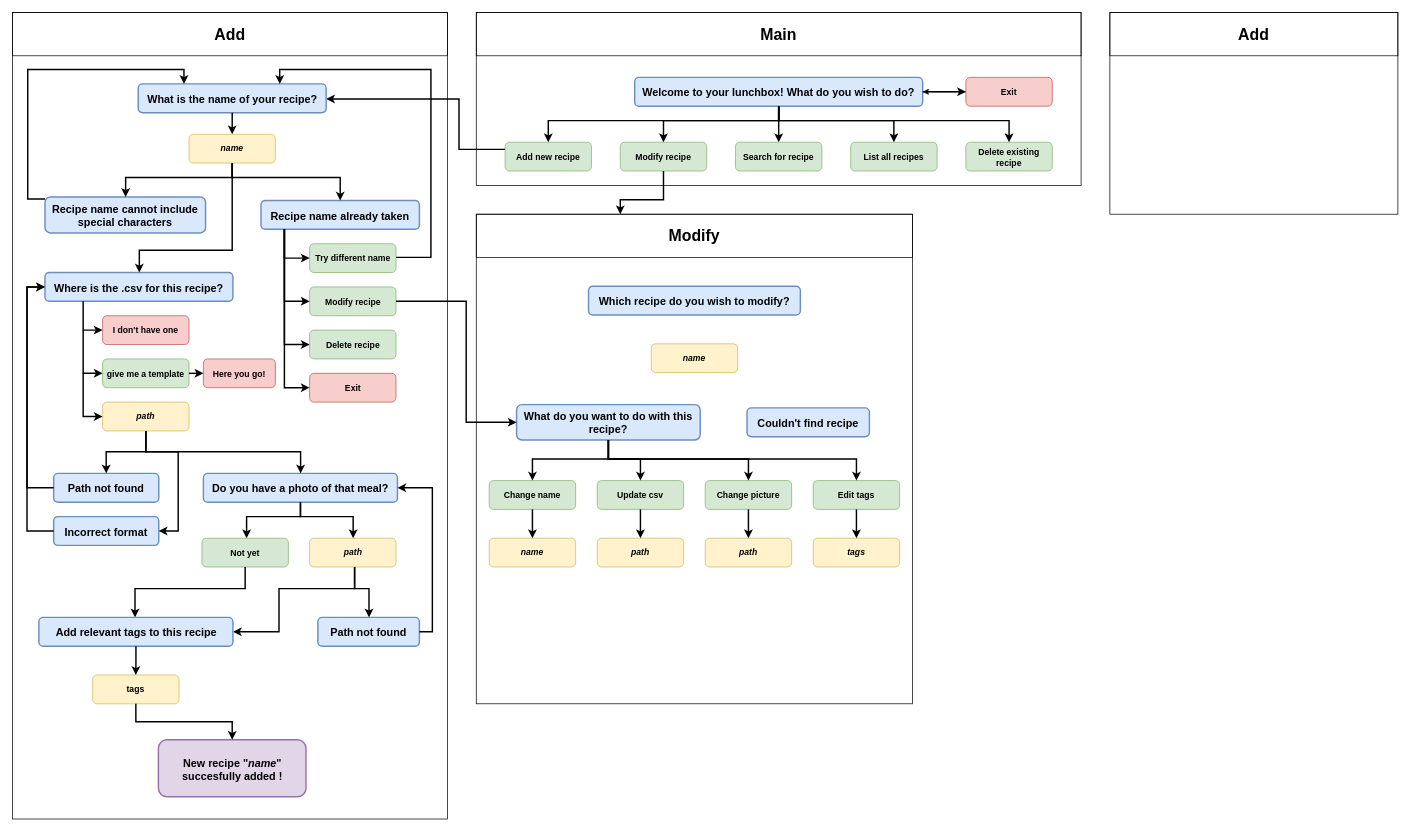
Earlier version of the draw.io diagram Untitled Diagram.drawio (ixilminiussi/lunchbox). Source tidied: cells renumbered, new cells numbered last; positions are measured from the earlier drawing's top-left corner, leaving out a move shared by most shapes. Both pictures are drawn from the tidied source at 72%, with x=0, y=0 at pixel (12, 12).
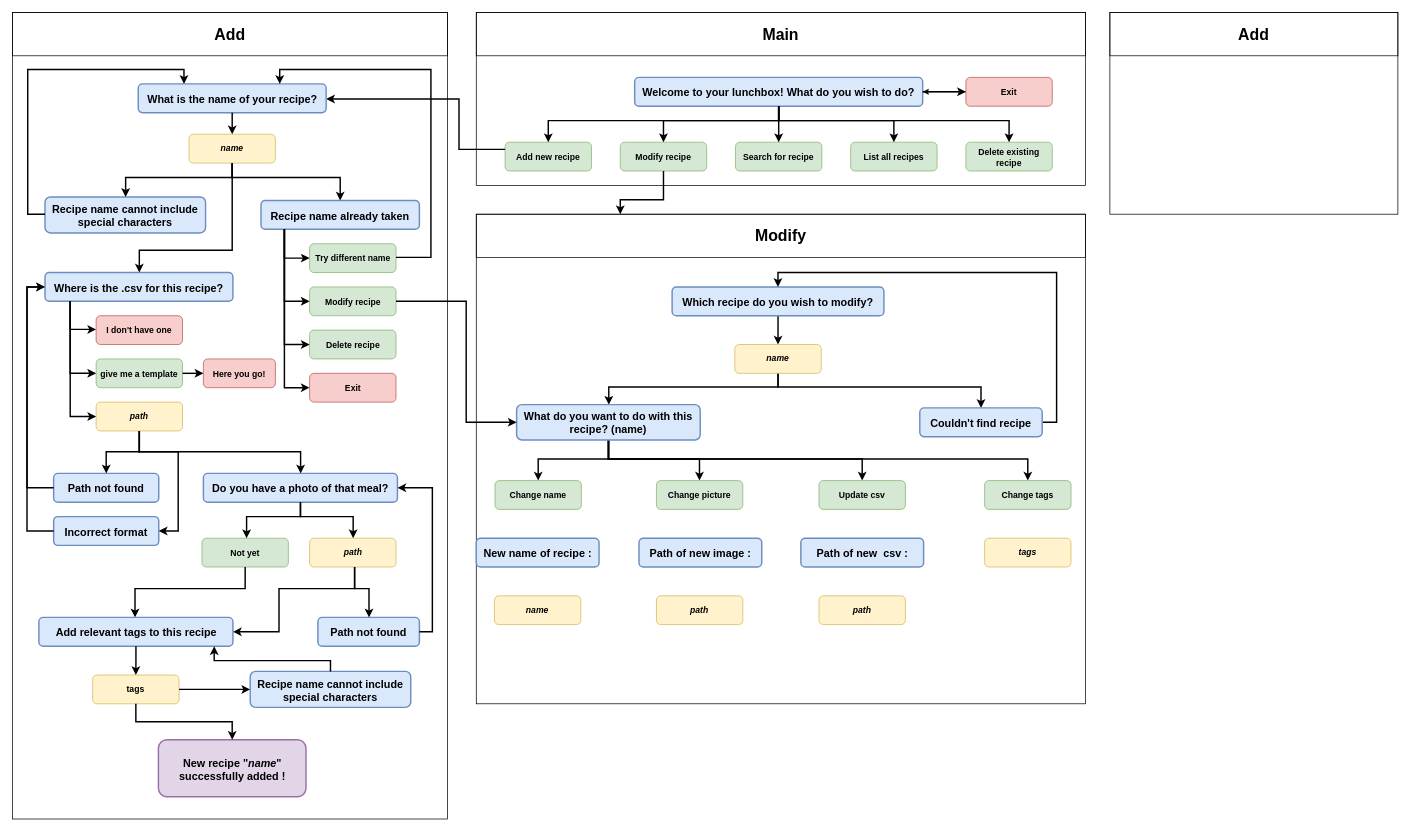
After the change.

The change refers to these unchanged cells:
```xml
<mxCell id="26" value="What is the name of your recipe?" style="text;html=1;align=center;verticalAlign=middle;whiteSpace=wrap;rounded=1;fontStyle=1;fontSize=15;strokeColor=#6c8ebf;strokeWidth=2;fillColor=#dae8fc;spacingTop=2;" parent="1" vertex="1">
  <mxGeometry x="174.5" y="99" width="261" height="40" as="geometry" />
</mxCell>
<mxCell id="27" value="Recipe name cannot include special characters" style="text;html=1;align=center;verticalAlign=middle;whiteSpace=wrap;rounded=1;fontStyle=1;fontSize=15;strokeColor=#6c8ebf;strokeWidth=2;fillColor=#dae8fc;spacingTop=2;" parent="1" vertex="1">
  <mxGeometry x="45" y="256" width="223" height="50" as="geometry" />
</mxCell>
<mxCell id="41" value="Where is the .csv for this recipe?" style="text;html=1;align=center;verticalAlign=middle;whiteSpace=wrap;rounded=1;fontStyle=1;fontSize=15;strokeColor=#6c8ebf;strokeWidth=2;fillColor=#dae8fc;spacingTop=2;" parent="1" vertex="1">
  <mxGeometry x="45" y="361" width="261" height="40" as="geometry" />
</mxCell>
<mxCell id="50" value="Path not found" style="text;html=1;align=center;verticalAlign=middle;whiteSpace=wrap;rounded=1;fontStyle=1;fontSize=15;strokeColor=#6c8ebf;strokeWidth=2;fillColor=#dae8fc;spacingTop=2;" parent="1" vertex="1">
  <mxGeometry x="57" y="640" width="146" height="40" as="geometry" />
</mxCell>
<mxCell id="55" value="Do you have a photo of that meal?" style="text;html=1;align=center;verticalAlign=middle;whiteSpace=wrap;rounded=1;fontStyle=1;fontSize=15;strokeColor=#6c8ebf;strokeWidth=2;fillColor=#dae8fc;spacingTop=2;" parent="1" vertex="1">
  <mxGeometry x="265" y="640" width="269.5" height="40" as="geometry" />
</mxCell>
<mxCell id="76" value="&lt;div&gt;Add relevant tags to this recipe&lt;/div&gt;" style="text;html=1;align=center;verticalAlign=middle;whiteSpace=wrap;rounded=1;fontStyle=1;fontSize=15;strokeColor=#6c8ebf;strokeWidth=2;fillColor=#dae8fc;spacingTop=2;" parent="1" vertex="1">
  <mxGeometry x="36.5" y="840" width="269.5" height="40" as="geometry" />
</mxCell>
<mxCell id="77" value="&lt;div&gt;tags&lt;/div&gt;" style="text;html=1;align=center;verticalAlign=middle;whiteSpace=wrap;rounded=1;fillColor=#fff2cc;strokeColor=#d6b656;spacingTop=0;fontStyle=1;" parent="1" vertex="1">
  <mxGeometry x="111.2" y="920" width="120" height="40" as="geometry" />
</mxCell>
<mxCell id="85" value="Incorrect format" style="text;html=1;align=center;verticalAlign=middle;whiteSpace=wrap;rounded=1;fontStyle=1;fontSize=15;strokeColor=#6c8ebf;strokeWidth=2;fillColor=#dae8fc;spacingTop=2;" parent="1" vertex="1">
  <mxGeometry x="57" y="700" width="146" height="40" as="geometry" />
</mxCell>
```

Diff of the diagram source:
```diff
@@
     <mxCell id="2" style="rounded=0;whiteSpace=wrap;html=1;" parent="1" vertex="1">
-      <mxGeometry x="644" width="840" height="240" as="geometry" />
+      <mxGeometry x="644" width="846" height="240" as="geometry" />
     </mxCell>
@@
     <mxCell id="17" value="&lt;b style=&quot;font-size: 22px;&quot;&gt;Main&lt;/b&gt;" style="text;html=1;align=center;verticalAlign=middle;whiteSpace=wrap;rounded=0;strokeColor=default;fontSize=22;spacingTop=2;" parent="1" vertex="1">
-      <mxGeometry x="644" width="840" height="60" as="geometry" />
+      <mxGeometry x="644" width="846" height="60" as="geometry" />
     </mxCell>
@@
     <mxCell id="21" style="rounded=0;whiteSpace=wrap;html=1;" parent="1" vertex="1">
-      <mxGeometry x="644" y="280" width="606" height="680" as="geometry" />
+      <mxGeometry x="644" y="280" width="846" height="680" as="geometry" />
     </mxCell>
     <mxCell id="22" value="Modify" style="text;html=1;align=center;verticalAlign=middle;whiteSpace=wrap;rounded=0;fontSize=22;fontStyle=1;strokeColor=default;spacingTop=2;" parent="1" vertex="1">
-      <mxGeometry x="644" y="280" width="606" height="60" as="geometry" />
+      <mxGeometry x="644" y="280" width="846" height="60" as="geometry" />
     </mxCell>
@@
     <mxCell id="40" style="endArrow=classic;html=1;rounded=0;strokeWidth=2;edgeStyle=orthogonalEdgeStyle;" parent="1" edge="1" source="27" target="26">
       <mxGeometry relative="1" as="geometry">
         <Array as="points">
-          <mxPoint x="21" y="259" />
+          <mxPoint x="21" y="280" />
           <mxPoint x="21" y="79" />
           <mxPoint x="238" y="79" />
         </Array>
       </mxGeometry>
     </mxCell>
@@
     <mxCell id="42" value="I don't have one" style="text;html=1;align=center;verticalAlign=middle;whiteSpace=wrap;rounded=1;fillColor=#f8cecc;strokeColor=#b85450;spacingTop=2;fontStyle=1;" parent="1" vertex="1">
-      <mxGeometry x="125" y="421" width="120" height="40" as="geometry" />
+      <mxGeometry x="116" y="421" width="120" height="40" as="geometry" />
     </mxCell>
     <mxCell id="43" value="give me a template" style="text;html=1;align=center;verticalAlign=middle;whiteSpace=wrap;rounded=1;fillColor=#d5e8d4;strokeColor=#82b366;spacingTop=2;fontStyle=1;" parent="1" vertex="1">
-      <mxGeometry x="125" y="481" width="120" height="40" as="geometry" />
+      <mxGeometry x="116" y="481" width="120" height="40" as="geometry" />
     </mxCell>
     <mxCell id="44" value="&lt;i&gt;path&lt;/i&gt;" style="text;html=1;align=center;verticalAlign=middle;whiteSpace=wrap;rounded=1;fillColor=#fff2cc;strokeColor=#d6b656;spacingTop=0;fontStyle=1;" parent="1" vertex="1">
-      <mxGeometry x="125" y="541" width="120" height="40" as="geometry" />
+      <mxGeometry x="116" y="541" width="120" height="40" as="geometry" />
     </mxCell>
@@
     <mxCell id="47" style="endArrow=classic;html=1;rounded=0;strokeWidth=2;edgeStyle=elbowEdgeStyle;" parent="1" edge="1" source="41" target="42">
       <mxGeometry relative="1" as="geometry">
         <Array as="points">
-          <mxPoint x="98" y="441" />
+          <mxPoint x="80" y="440" />
         </Array>
       </mxGeometry>
     </mxCell>
-    <mxCell id="48" style="endArrow=classic;html=1;rounded=0;exitX=0.25;exitY=1;exitDx=0;exitDy=0;strokeWidth=2;edgeStyle=elbowEdgeStyle;" parent="1" edge="1" target="43">
+    <mxCell id="48" style="endArrow=classic;html=1;rounded=0;strokeWidth=2;edgeStyle=elbowEdgeStyle;" parent="1" edge="1" source="41" target="43">
       <mxGeometry relative="1" as="geometry">
-        <mxPoint x="98" y="441" as="sourcePoint" />
         <Array as="points">
-          <mxPoint x="98" y="461" />
+          <mxPoint x="80" y="501" />
         </Array>
       </mxGeometry>
     </mxCell>
-    <mxCell id="49" style="endArrow=classic;html=1;rounded=0;exitX=0.25;exitY=1;exitDx=0;exitDy=0;strokeWidth=2;edgeStyle=elbowEdgeStyle;" parent="1" edge="1" target="44">
+    <mxCell id="49" style="endArrow=classic;html=1;rounded=0;strokeWidth=2;edgeStyle=elbowEdgeStyle;" parent="1" edge="1" source="41" target="44">
       <mxGeometry relative="1" as="geometry">
-        <mxPoint x="98" y="501" as="sourcePoint" />
         <Array as="points">
-          <mxPoint x="98" y="521" />
+          <mxPoint x="80" y="561" />
         </Array>
       </mxGeometry>
     </mxCell>
@@
     <mxCell id="53" style="endArrow=classic;html=1;rounded=0;strokeWidth=2;edgeStyle=orthogonalEdgeStyle;" parent="1" edge="1" source="44" target="50">
       <mxGeometry relative="1" as="geometry">
         <Array as="points">
-          <mxPoint x="185" y="610" />
+          <mxPoint x="176" y="610" />
           <mxPoint x="130" y="610" />
         </Array>
       </mxGeometry>
     </mxCell>
@@
     <mxCell id="60" style="endArrow=classic;html=1;rounded=0;strokeWidth=2;edgeStyle=orthogonalEdgeStyle;" parent="1" edge="1" source="44" target="55">
       <mxGeometry relative="1" as="geometry">
         <Array as="points">
-          <mxPoint x="185" y="610" />
+          <mxPoint x="176" y="610" />
           <mxPoint x="400" y="610" />
         </Array>
       </mxGeometry>
     </mxCell>
@@
-    <mxCell id="63" value="New recipe &quot;&lt;i&gt;name&lt;/i&gt;&quot; succesfully added !" style="text;html=1;align=center;verticalAlign=middle;whiteSpace=wrap;rounded=1;fontStyle=1;fontSize=15;strokeColor=#9673a6;strokeWidth=2;fillColor=#e1d5e7;spacingTop=2;" parent="1" vertex="1">
+    <mxCell id="63" value="New recipe &quot;&lt;i&gt;name&lt;/i&gt;&quot; successfully added !" style="text;html=1;align=center;verticalAlign=middle;whiteSpace=wrap;rounded=1;fontStyle=1;fontSize=15;strokeColor=#9673a6;strokeWidth=2;fillColor=#e1d5e7;spacingTop=2;" parent="1" vertex="1">
       <mxGeometry x="202.5" y="1010" width="205" height="79" as="geometry" />
     </mxCell>
@@
+    <mxCell id="96" style="edgeStyle=orthogonalEdgeStyle;rounded=0;jettySize=auto;html=1;strokeWidth=2;" parent="1" edge="1" source="68" target="69">
+      <mxGeometry relative="1" as="geometry" />
+    </mxCell>
     <mxCell id="68" value="Which recipe do you wish to modify?" style="text;html=1;align=center;verticalAlign=middle;whiteSpace=wrap;rounded=1;fontStyle=1;fontSize=15;strokeColor=#6c8ebf;strokeWidth=2;fillColor=#dae8fc;spacingTop=2;" parent="1" vertex="1">
-      <mxGeometry x="799.9" y="380" width="294.2" height="40" as="geometry" />
+      <mxGeometry x="916" y="381" width="294.2" height="40" as="geometry" />
     </mxCell>
+    <mxCell id="97" style="edgeStyle=orthogonalEdgeStyle;rounded=0;jettySize=auto;html=1;strokeWidth=2;" parent="1" edge="1" source="69" target="71">
+      <mxGeometry relative="1" as="geometry">
+        <Array as="points">
+          <mxPoint x="1063" y="520" />
+          <mxPoint x="828" y="520" />
+        </Array>
+      </mxGeometry>
+    </mxCell>
+    <mxCell id="98" style="edgeStyle=orthogonalEdgeStyle;rounded=0;jettySize=auto;html=1;strokeWidth=2;" parent="1" edge="1" source="69" target="70">
+      <mxGeometry relative="1" as="geometry">
+        <Array as="points">
+          <mxPoint x="1063" y="520" />
+          <mxPoint x="1345" y="520" />
+        </Array>
+      </mxGeometry>
+    </mxCell>
     <mxCell id="69" value="&lt;div&gt;&lt;i&gt;name&lt;/i&gt;&lt;/div&gt;" style="text;html=1;align=center;verticalAlign=middle;whiteSpace=wrap;rounded=1;fillColor=#fff2cc;strokeColor=#d6b656;spacingTop=0;fontStyle=1;" parent="1" vertex="1">
-      <mxGeometry x="887" y="460" width="120" height="40" as="geometry" />
+      <mxGeometry x="1003.1" y="461" width="120" height="40" as="geometry" />
     </mxCell>
+    <mxCell id="99" style="edgeStyle=orthogonalEdgeStyle;rounded=0;jettySize=auto;html=1;strokeWidth=2;" parent="1" edge="1" source="70" target="68">
+      <mxGeometry relative="1" as="geometry">
+        <Array as="points">
+          <mxPoint x="1450" y="569" />
+          <mxPoint x="1450" y="361" />
+          <mxPoint x="1063" y="361" />
+        </Array>
+      </mxGeometry>
+    </mxCell>
     <mxCell id="70" value="Couldn't find recipe" style="text;html=1;align=center;verticalAlign=middle;whiteSpace=wrap;rounded=1;fontStyle=1;fontSize=15;strokeColor=#6c8ebf;strokeWidth=2;fillColor=#dae8fc;spacingTop=2;" parent="1" vertex="1">
-      <mxGeometry x="1020" y="549" width="170" height="40" as="geometry" />
+      <mxGeometry x="1260" y="549" width="170" height="40" as="geometry" />
     </mxCell>
+    <mxCell id="100" style="edgeStyle=orthogonalEdgeStyle;rounded=0;jettySize=auto;html=1;strokeWidth=2;" parent="1" edge="1" target="72">
+      <mxGeometry relative="1" as="geometry">
+        <mxPoint x="828" y="590" as="sourcePoint" />
+        <Array as="points">
+          <mxPoint x="828" y="620" />
+          <mxPoint x="730" y="620" />
+        </Array>
+      </mxGeometry>
+    </mxCell>
+    <mxCell id="90" style="edgeStyle=orthogonalEdgeStyle;rounded=0;jettySize=auto;html=1;strokeWidth=2;" parent="1" edge="1" source="71" target="74">
+      <mxGeometry relative="1" as="geometry">
+        <Array as="points">
+          <mxPoint x="828" y="620" />
+          <mxPoint x="954" y="620" />
+        </Array>
+      </mxGeometry>
+    </mxCell>
+    <mxCell id="91" style="edgeStyle=orthogonalEdgeStyle;rounded=0;jettySize=auto;html=1;strokeWidth=2;" parent="1" edge="1" source="71" target="75">
+      <mxGeometry relative="1" as="geometry">
+        <Array as="points">
+          <mxPoint x="828" y="620" />
+          <mxPoint x="1180" y="620" />
+        </Array>
+      </mxGeometry>
+    </mxCell>
+    <mxCell id="89" style="edgeStyle=orthogonalEdgeStyle;rounded=0;jettySize=auto;html=1;strokeWidth=2;" parent="1" edge="1" source="71" target="73">
+      <mxGeometry relative="1" as="geometry">
+        <Array as="points">
+          <mxPoint x="828" y="620" />
+          <mxPoint x="1410" y="620" />
+        </Array>
+      </mxGeometry>
+    </mxCell>
-    <mxCell id="71" value="&lt;div&gt;What do you want to do with this recipe?&lt;/div&gt;" style="text;html=1;align=center;verticalAlign=middle;whiteSpace=wrap;rounded=1;fontStyle=1;fontSize=15;strokeColor=#6c8ebf;strokeWidth=2;fillColor=#dae8fc;spacingTop=2;" parent="1" vertex="1">
+    <mxCell id="71" value="&lt;div&gt;What do you want to do with this recipe? (name)&lt;br&gt;&lt;/div&gt;" style="text;html=1;align=center;verticalAlign=middle;whiteSpace=wrap;rounded=1;fontStyle=1;fontSize=15;strokeColor=#6c8ebf;strokeWidth=2;fillColor=#dae8fc;spacingTop=2;" parent="1" vertex="1">
       <mxGeometry x="700" y="544.5" width="255" height="49" as="geometry" />
     </mxCell>
     <mxCell id="72" value="Change name" style="text;html=1;align=center;verticalAlign=middle;whiteSpace=wrap;rounded=1;fillColor=#d5e8d4;strokeColor=#82b366;spacingTop=2;fontStyle=1;" parent="1" vertex="1">
-      <mxGeometry x="662" y="650" width="120" height="40" as="geometry" />
+      <mxGeometry x="670" y="650" width="120" height="40" as="geometry" />
     </mxCell>
-    <mxCell id="73" value="Update csv" style="text;html=1;align=center;verticalAlign=middle;whiteSpace=wrap;rounded=1;fillColor=#d5e8d4;strokeColor=#82b366;spacingTop=2;fontStyle=1;" parent="1" vertex="1">
-      <mxGeometry x="812" y="650" width="120" height="40" as="geometry" />
+    <mxCell id="73" value="Change tags" style="text;html=1;align=center;verticalAlign=middle;whiteSpace=wrap;rounded=1;fillColor=#d5e8d4;strokeColor=#82b366;spacingTop=2;fontStyle=1;" parent="1" vertex="1">
+      <mxGeometry x="1350" y="650" width="120" height="40" as="geometry" />
     </mxCell>
     <mxCell id="74" value="Change picture" style="text;html=1;align=center;verticalAlign=middle;whiteSpace=wrap;rounded=1;fillColor=#d5e8d4;strokeColor=#82b366;spacingTop=2;fontStyle=1;" parent="1" vertex="1">
-      <mxGeometry x="962" y="650" width="120" height="40" as="geometry" />
+      <mxGeometry x="894.2" y="650" width="120" height="40" as="geometry" />
     </mxCell>
-    <mxCell id="75" value="Edit tags" style="text;html=1;align=center;verticalAlign=middle;whiteSpace=wrap;rounded=1;fillColor=#d5e8d4;strokeColor=#82b366;spacingTop=2;fontStyle=1;" parent="1" vertex="1">
-      <mxGeometry x="1112" y="650" width="120" height="40" as="geometry" />
+    <mxCell id="75" value="Update csv" style="text;html=1;align=center;verticalAlign=middle;whiteSpace=wrap;rounded=1;fillColor=#d5e8d4;strokeColor=#82b366;spacingTop=2;fontStyle=1;" parent="1" vertex="1">
+      <mxGeometry x="1120" y="650" width="120" height="40" as="geometry" />
     </mxCell>
@@
     <mxCell id="81" value="&lt;i&gt;name&lt;/i&gt;" style="text;html=1;align=center;verticalAlign=middle;whiteSpace=wrap;rounded=1;fillColor=#fff2cc;strokeColor=#d6b656;spacingTop=0;fontStyle=1;" parent="1" vertex="1">
-      <mxGeometry x="662" y="730" width="120" height="40" as="geometry" />
+      <mxGeometry x="669.2" y="810" width="120" height="40" as="geometry" />
     </mxCell>
-    <mxCell id="82" value="path" style="text;html=1;align=center;verticalAlign=middle;whiteSpace=wrap;rounded=1;fillColor=#fff2cc;strokeColor=#d6b656;spacingTop=0;fontStyle=3;" parent="1" vertex="1">
-      <mxGeometry x="812" y="730" width="120" height="40" as="geometry" />
+    <mxCell id="82" value="&lt;div&gt;tags&lt;/div&gt;" style="text;html=1;align=center;verticalAlign=middle;whiteSpace=wrap;rounded=1;fillColor=#fff2cc;strokeColor=#d6b656;spacingTop=0;fontStyle=3;" parent="1" vertex="1">
+      <mxGeometry x="1350" y="730" width="120" height="40" as="geometry" />
     </mxCell>
     <mxCell id="83" value="path" style="text;html=1;align=center;verticalAlign=middle;whiteSpace=wrap;rounded=1;fillColor=#fff2cc;strokeColor=#d6b656;spacingTop=0;fontStyle=3;" parent="1" vertex="1">
-      <mxGeometry x="962" y="730" width="120" height="40" as="geometry" />
+      <mxGeometry x="894.2" y="810" width="120" height="40" as="geometry" />
     </mxCell>
-    <mxCell id="84" value="tags" style="text;html=1;align=center;verticalAlign=middle;whiteSpace=wrap;rounded=1;fillColor=#fff2cc;strokeColor=#d6b656;spacingTop=0;fontStyle=3;" parent="1" vertex="1">
-      <mxGeometry x="1112" y="730" width="120" height="40" as="geometry" />
+    <mxCell id="84" value="path" style="text;html=1;align=center;verticalAlign=middle;whiteSpace=wrap;rounded=1;fillColor=#fff2cc;strokeColor=#d6b656;spacingTop=0;fontStyle=3;" parent="1" vertex="1">
+      <mxGeometry x="1120" y="810" width="120" height="40" as="geometry" />
     </mxCell>
@@
     <mxCell id="86" style="endArrow=classic;html=1;rounded=0;edgeStyle=orthogonalEdgeStyle;strokeWidth=2;" parent="1" edge="1" source="44" target="85">
       <mxGeometry relative="1" as="geometry">
         <Array as="points">
-          <mxPoint x="185" y="610" />
+          <mxPoint x="176" y="610" />
           <mxPoint x="230" y="610" />
           <mxPoint x="230" y="720" />
         </Array>
       </mxGeometry>
     </mxCell>
@@
-    <mxCell id="88" style="endArrow=classic;html=1;rounded=0;edgeStyle=orthogonalEdgeStyle;strokeWidth=2;" parent="1" edge="1" source="71" target="72">
-      <mxGeometry relative="1" as="geometry">
-        <Array as="points">
-          <mxPoint x="828" y="620" />
-          <mxPoint x="722" y="620" />
-        </Array>
-      </mxGeometry>
-    </mxCell>
-    <mxCell id="89" style="endArrow=classic;html=1;rounded=0;edgeStyle=orthogonalEdgeStyle;strokeWidth=2;" parent="1" edge="1" source="71" target="73">
-      <mxGeometry relative="1" as="geometry">
-        <Array as="points">
-          <mxPoint x="828" y="620" />
-          <mxPoint x="872" y="620" />
-        </Array>
-      </mxGeometry>
-    </mxCell>
-    <mxCell id="90" style="endArrow=classic;html=1;rounded=0;edgeStyle=orthogonalEdgeStyle;strokeWidth=2;" parent="1" edge="1" source="71" target="74">
-      <mxGeometry relative="1" as="geometry">
-        <Array as="points">
-          <mxPoint x="828" y="620" />
-          <mxPoint x="1022" y="620" />
-        </Array>
-      </mxGeometry>
-    </mxCell>
-    <mxCell id="91" style="endArrow=classic;html=1;rounded=0;edgeStyle=orthogonalEdgeStyle;strokeWidth=2;" parent="1" edge="1" source="71" target="75">
-      <mxGeometry relative="1" as="geometry">
-        <Array as="points">
-          <mxPoint x="828" y="620" />
-          <mxPoint x="1172" y="620" />
-        </Array>
-      </mxGeometry>
-    </mxCell>
-    <mxCell id="92" style="endArrow=classic;html=1;rounded=0;strokeWidth=2;edgeStyle=orthogonalEdgeStyle;" parent="1" edge="1" source="72" target="81">
-      <mxGeometry relative="1" as="geometry" />
-    </mxCell>
-    <mxCell id="93" style="endArrow=classic;html=1;rounded=0;strokeWidth=2;edgeStyle=orthogonalEdgeStyle;" parent="1" edge="1" source="73" target="82">
-      <mxGeometry relative="1" as="geometry" />
-    </mxCell>
-    <mxCell id="94" style="endArrow=classic;html=1;rounded=0;strokeWidth=2;edgeStyle=orthogonalEdgeStyle;" parent="1" edge="1" source="74" target="83">
-      <mxGeometry relative="1" as="geometry" />
-    </mxCell>
-    <mxCell id="95" style="endArrow=classic;html=1;rounded=0;strokeWidth=2;edgeStyle=orthogonalEdgeStyle;" parent="1" edge="1" source="75" target="84">
-      <mxGeometry relative="1" as="geometry" />
-    </mxCell>
+    <mxCell id="101" value="Recipe name cannot include special characters" style="text;html=1;align=center;verticalAlign=middle;whiteSpace=wrap;rounded=1;fontStyle=1;fontSize=15;strokeColor=#6c8ebf;strokeWidth=2;fillColor=#dae8fc;spacingTop=2;" parent="1" vertex="1">
+      <mxGeometry x="330" y="915" width="223" height="50" as="geometry" />
+    </mxCell>
+    <mxCell id="102" style="endArrow=classic;html=1;rounded=0;strokeWidth=2;edgeStyle=orthogonalEdgeStyle;" parent="1" edge="1" source="77" target="101">
+      <mxGeometry relative="1" as="geometry" />
+    </mxCell>
+    <mxCell id="103" style="endArrow=classic;html=1;rounded=0;edgeStyle=elbowEdgeStyle;elbow=vertical;strokeWidth=2;" parent="1" edge="1" source="101" target="76">
+      <mxGeometry relative="1" as="geometry">
+        <Array as="points">
+          <mxPoint x="280" y="900" />
+        </Array>
+      </mxGeometry>
+    </mxCell>
+    <mxCell id="104" value="New name of recipe :" style="text;html=1;align=center;verticalAlign=middle;whiteSpace=wrap;rounded=1;fontStyle=1;fontSize=15;strokeColor=#6c8ebf;strokeWidth=2;fillColor=#dae8fc;spacingTop=2;" parent="1" vertex="1">
+      <mxGeometry x="644" y="730" width="170.5" height="40" as="geometry" />
+    </mxCell>
+    <mxCell id="105" value="Path of new image :" style="text;html=1;align=center;verticalAlign=middle;whiteSpace=wrap;rounded=1;fontStyle=1;fontSize=15;strokeColor=#6c8ebf;strokeWidth=2;fillColor=#dae8fc;spacingTop=2;" parent="1" vertex="1">
+      <mxGeometry x="870" y="730" width="170.5" height="40" as="geometry" />
+    </mxCell>
+    <mxCell id="106" value="Path of new&amp;nbsp; csv :" style="text;html=1;align=center;verticalAlign=middle;whiteSpace=wrap;rounded=1;fontStyle=1;fontSize=15;strokeColor=#6c8ebf;strokeWidth=2;fillColor=#dae8fc;spacingTop=2;" parent="1" vertex="1">
+      <mxGeometry x="1094.8" y="730" width="170.5" height="40" as="geometry" />
+    </mxCell>
```
